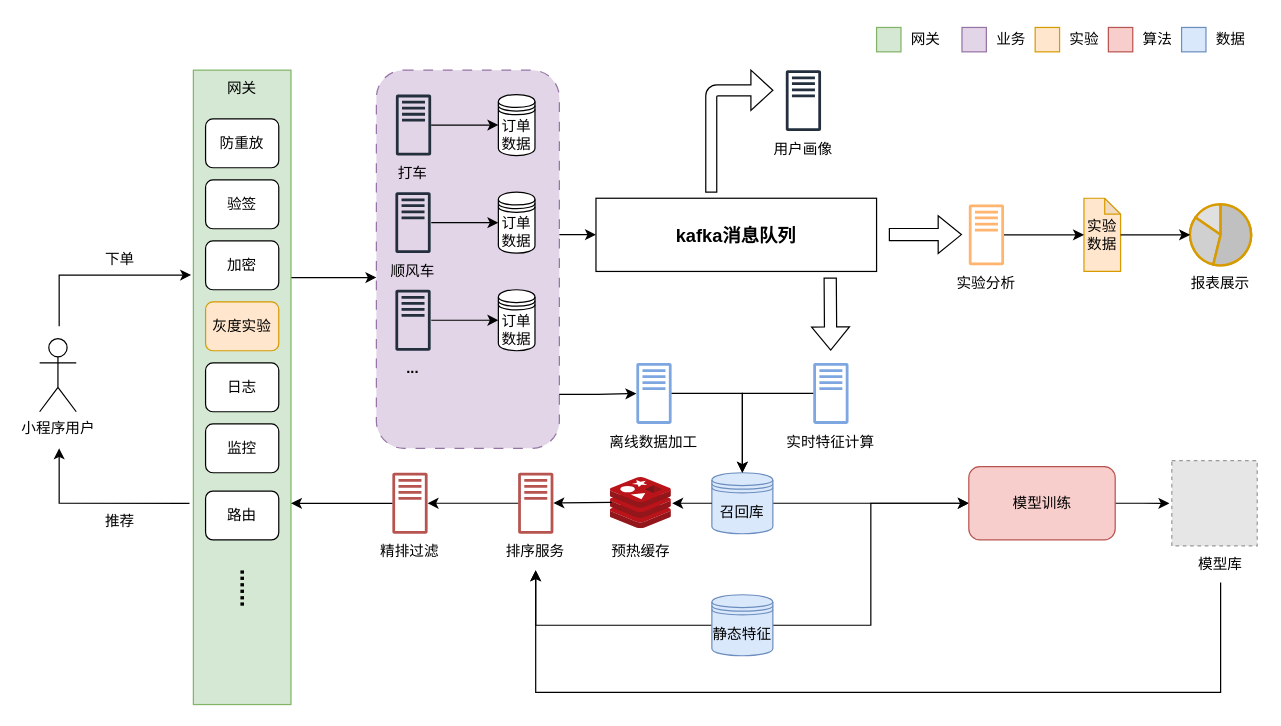
Earlier version of the draw.io diagram page "整体" (2 of 7) of tms/转化率提升.drawio (wangziji/graphics). Source tidied: cells renumbered, new cells numbered last; positions are measured from the earlier drawing's top-left corner, leaving out a move shared by most shapes. Both pictures are drawn from the tidied source at 122%, with x=0, y=0 at pixel (39, 21). Pictures stored in the file or linked from it are replaced by grey dashed boxes.
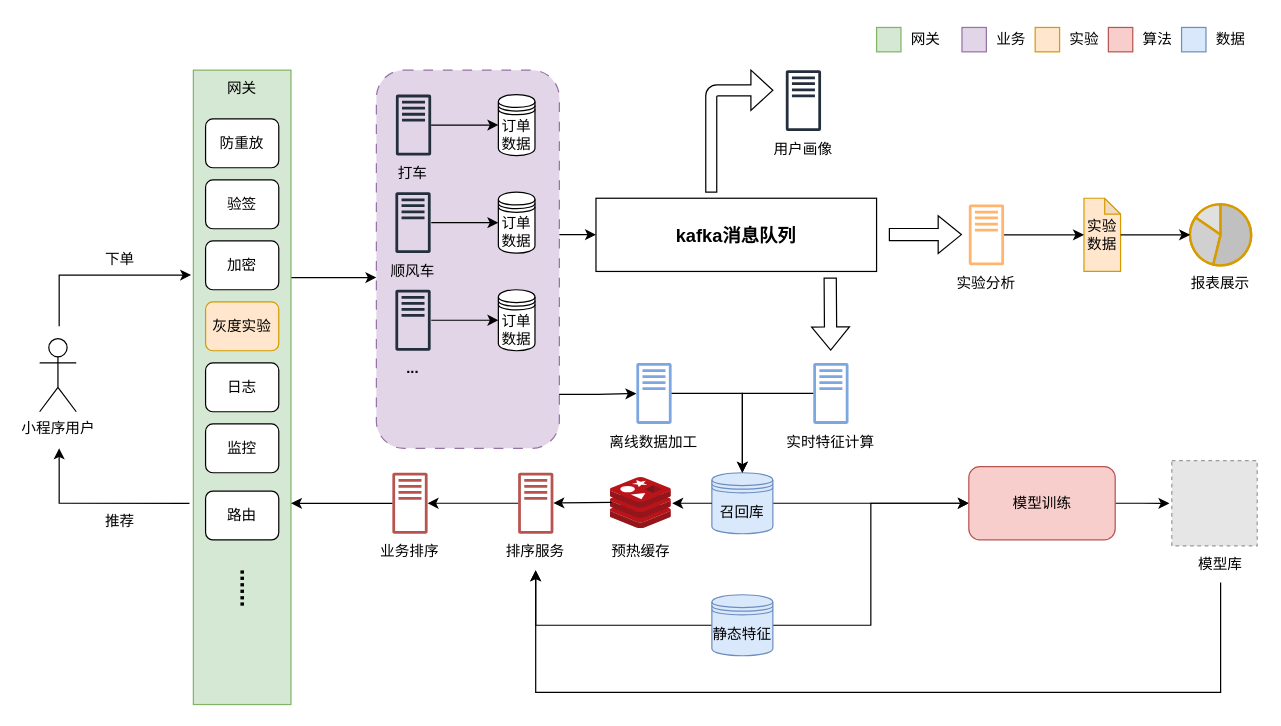
The same diagram, later.

Commit message:
更新转化率提升.drawio

Unchanged cells that the change refers to:
```xml
<mxCell id="61" style="group;" parent="1" vertex="1">
  <mxGeometry x="266" y="370" width="75" height="80" as="geometry" />
</mxCell>
```

Change to the diagram source:
```diff
@@
-    <mxCell id="63" value="精排过滤" style="text;html=1;align=center;verticalAlign=middle;whiteSpace=wrap;rounded=0;" parent="61" vertex="1">
+    <mxCell id="63" value="业务排序" style="text;html=1;align=center;verticalAlign=middle;whiteSpace=wrap;rounded=0;" parent="61" vertex="1">
       <mxGeometry y="50" width="75" height="30" as="geometry" />
     </mxCell>
```
